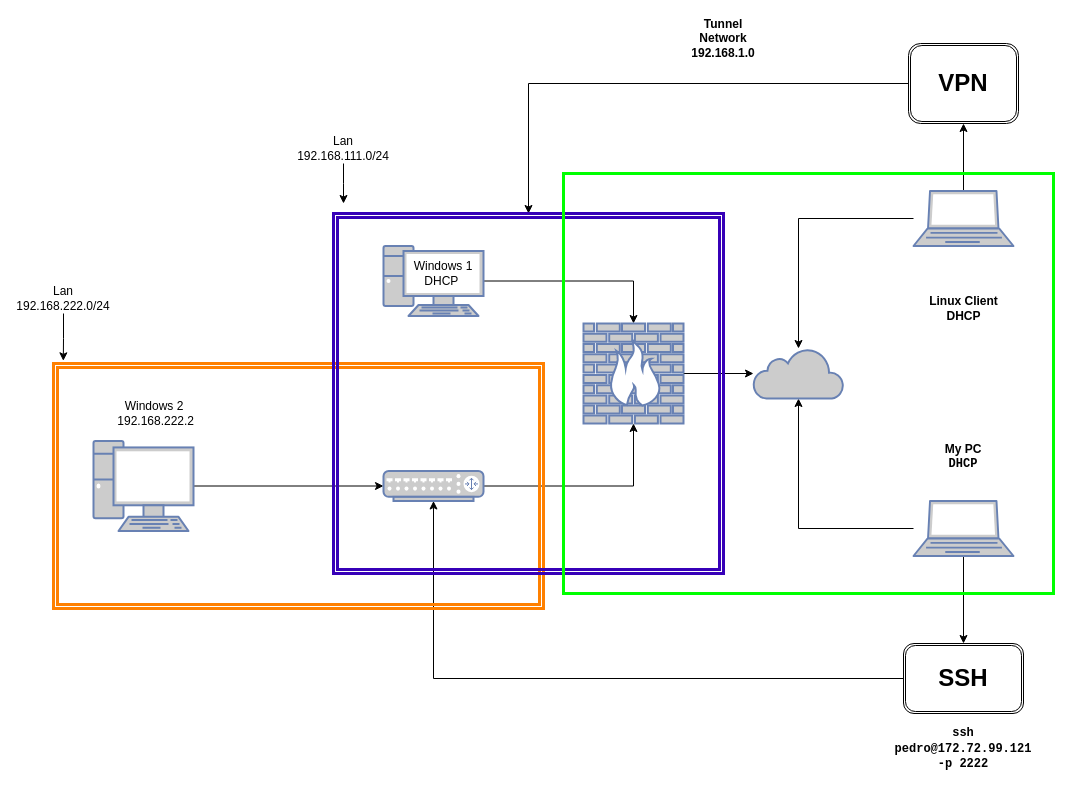
Before: Copy of network.drawio in ppvnf/diagramnetworklab2, a draw.io diagram. Source tidied: cells renumbered, new cells numbered last; positions are measured from the earlier drawing's top-left corner, leaving out a move shared by most shapes. Both pictures are drawn from the tidied source at 100%, with x=0, y=0 at pixel (33, 23).
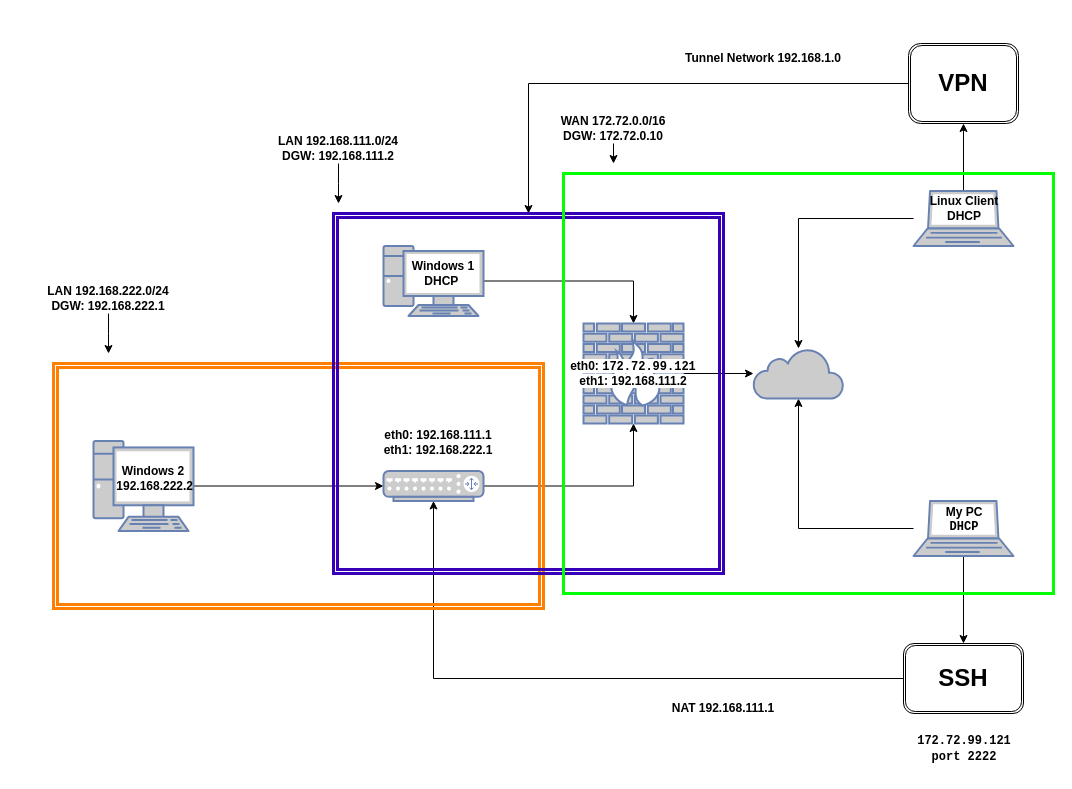
After the change.

The change refers to these unchanged cells:
```xml
<mxCell id="21" style="shape=ext;double=1;rounded=0;whiteSpace=wrap;html=1;fillColor=none;strokeColor=#FF8000;strokeWidth=3;" parent="1" vertex="1">
  <mxGeometry x="20" y="340" width="490" height="245" as="geometry" />
</mxCell>
```

What changed in the source:
```diff
@@
     <mxCell id="24" value="My PC&lt;div&gt;&lt;span style=&quot;font-family:monospace&quot;&gt;&lt;span style=&quot;background-color: rgb(255, 255, 255);&quot;&gt;DHCP&lt;/span&gt;&lt;/span&gt;&lt;/div&gt;" style="text;html=1;align=center;verticalAlign=middle;whiteSpace=wrap;rounded=0;fontStyle=1;" parent="1" vertex="1">
-      <mxGeometry x="880" y="417.5" width="100" height="30" as="geometry" />
+      <mxGeometry x="890.5" y="485" width="80" height="22.5" as="geometry" />
     </mxCell>
     <mxCell id="25" value="&lt;b&gt;Linux Client&lt;/b&gt;&lt;div&gt;&lt;b&gt;DHCP&lt;/b&gt;&lt;/div&gt;" style="text;html=1;align=center;verticalAlign=middle;whiteSpace=wrap;rounded=0;" parent="1" vertex="1">
-      <mxGeometry x="890.5" y="270" width="79" height="30" as="geometry" />
+      <mxGeometry x="890.5" y="170" width="79.5" height="30" as="geometry" />
     </mxCell>
-    <mxCell id="26" value="Windows 2&lt;div&gt;&amp;nbsp;192.168.222.2&lt;/div&gt;" style="text;html=1;align=center;verticalAlign=middle;whiteSpace=wrap;rounded=0;" parent="1" vertex="1">
-      <mxGeometry x="81" y="375" width="80" height="30" as="geometry" />
+    <mxCell id="26" value="&lt;b&gt;Windows 2&lt;/b&gt;&lt;div&gt;&lt;b&gt;&amp;nbsp;192.168.222.2&lt;/b&gt;&lt;/div&gt;" style="text;html=1;align=center;verticalAlign=middle;whiteSpace=wrap;rounded=0;" parent="1" vertex="1">
+      <mxGeometry x="80" y="440" width="80" height="30" as="geometry" />
     </mxCell>
-    <mxCell id="27" value="Windows 1 DHCP&amp;nbsp;" style="text;html=1;align=center;verticalAlign=middle;whiteSpace=wrap;rounded=0;" parent="1" vertex="1">
+    <mxCell id="27" value="&lt;b&gt;Windows 1 DHCP&amp;nbsp;&lt;/b&gt;" style="text;html=1;align=center;verticalAlign=middle;whiteSpace=wrap;rounded=0;" parent="1" vertex="1">
       <mxGeometry x="370" y="240" width="80" height="20" as="geometry" />
     </mxCell>
+    <mxCell id="34" style="edgeStyle=orthogonalEdgeStyle;rounded=0;jettySize=auto;html=1;" parent="1" edge="1" source="28">
+      <mxGeometry relative="1" as="geometry">
+        <mxPoint x="75" y="330" as="targetPoint" />
+      </mxGeometry>
+    </mxCell>
-    <mxCell id="28" value="Lan 192.168.222.0/24" style="text;html=1;align=center;verticalAlign=middle;whiteSpace=wrap;rounded=0;" parent="1" vertex="1">
-      <mxGeometry y="260" width="60" height="30" as="geometry" />
+    <mxCell id="28" value="&lt;b&gt;LAN 192.168.222.0/24&lt;/b&gt;&lt;div&gt;&lt;b&gt;DGW:&amp;nbsp;&lt;/b&gt;&lt;b style=&quot;background-color: initial;&quot;&gt;192.168.222.1&lt;/b&gt;&lt;/div&gt;" style="text;html=1;align=center;verticalAlign=middle;whiteSpace=wrap;rounded=0;" parent="1" vertex="1">
+      <mxGeometry y="260" width="150" height="30" as="geometry" />
     </mxCell>
-    <mxCell id="29" style="edgeStyle=orthogonalEdgeStyle;rounded=0;jettySize=auto;html=1;entryX=0.02;entryY=-0.011;entryDx=0;entryDy=0;entryPerimeter=0;" parent="1" edge="1" source="28" target="21">
-      <mxGeometry relative="1" as="geometry" />
-    </mxCell>
-    <mxCell id="30" style="edgeStyle=orthogonalEdgeStyle;rounded=0;jettySize=auto;html=1;" parent="1" edge="1" source="31">
-      <mxGeometry relative="1" as="geometry">
-        <mxPoint x="310" y="180" as="targetPoint" />
-      </mxGeometry>
-    </mxCell>
+    <mxCell id="35" style="edgeStyle=orthogonalEdgeStyle;rounded=0;jettySize=auto;html=1;" parent="1" edge="1" source="31">
+      <mxGeometry relative="1" as="geometry">
+        <mxPoint x="305" y="180" as="targetPoint" />
+      </mxGeometry>
+    </mxCell>
-    <mxCell id="31" value="Lan 192.168.111.0/24" style="text;html=1;align=center;verticalAlign=middle;whiteSpace=wrap;rounded=0;" parent="1" vertex="1">
-      <mxGeometry x="280" y="110" width="60" height="30" as="geometry" />
+    <mxCell id="31" value="&lt;b&gt;LAN 192.168.111.0/24&lt;/b&gt;&lt;div&gt;&lt;b&gt;DGW: 192.168.111.2&lt;/b&gt;&lt;/div&gt;" style="text;html=1;align=center;verticalAlign=middle;whiteSpace=wrap;rounded=0;" parent="1" vertex="1">
+      <mxGeometry x="220" y="110" width="170" height="30" as="geometry" />
     </mxCell>
-    <mxCell id="32" value="&lt;span style=&quot;font-family: monospace; font-weight: 700; background-color: rgb(255, 255, 255);&quot;&gt;ssh pedro@172.72.99.121 -p 2222&lt;/span&gt;" style="text;html=1;align=center;verticalAlign=middle;whiteSpace=wrap;rounded=0;" parent="1" vertex="1">
-      <mxGeometry x="900" y="710" width="60" height="30" as="geometry" />
+    <mxCell id="32" value="&lt;span style=&quot;font-family: monospace; font-weight: 700; background-color: rgb(255, 255, 255);&quot;&gt;172.72.99.121 port 2222&lt;/span&gt;" style="text;html=1;align=center;verticalAlign=middle;whiteSpace=wrap;rounded=0;" parent="1" vertex="1">
+      <mxGeometry x="895.5" y="710" width="70" height="30" as="geometry" />
     </mxCell>
     <mxCell id="33" value="&lt;div&gt;&lt;b style=&quot;background-color: initial;&quot;&gt;Tunnel Network 192.168.1.0&lt;/b&gt;&lt;/div&gt;" style="text;html=1;align=center;verticalAlign=middle;whiteSpace=wrap;rounded=0;" parent="1" vertex="1">
-      <mxGeometry x="660" width="60" height="30" as="geometry" />
+      <mxGeometry x="650" y="20" width="160" height="30" as="geometry" />
     </mxCell>
+    <mxCell id="36" value="&lt;b&gt;NAT 192.168.111.1&lt;/b&gt;" style="text;html=1;align=center;verticalAlign=middle;whiteSpace=wrap;rounded=0;" parent="1" vertex="1">
+      <mxGeometry x="635" y="670" width="110" height="30" as="geometry" />
+    </mxCell>
+    <mxCell id="37" value="&lt;b&gt;eth0: 192.168.111.1&lt;/b&gt;&lt;div&gt;&lt;b&gt;eth1: 192.168.222.1&lt;/b&gt;&lt;/div&gt;" style="text;html=1;align=center;verticalAlign=middle;whiteSpace=wrap;rounded=0;" parent="1" vertex="1">
+      <mxGeometry x="340" y="390" width="130" height="58" as="geometry" />
+    </mxCell>
+    <mxCell id="38" value="&lt;font style=&quot;background-color: rgb(255, 255, 255);&quot;&gt;&lt;b style=&quot;&quot;&gt;eth0:&amp;nbsp;&lt;/b&gt;&lt;span style=&quot;font-family: monospace; font-weight: 700;&quot;&gt;172.72.99.121&lt;/span&gt;&lt;/font&gt;&lt;div&gt;&lt;b style=&quot;&quot;&gt;&lt;font style=&quot;background-color: rgb(255, 255, 255);&quot;&gt;eth1: 192.168.111.2&lt;/font&gt;&lt;/b&gt;&lt;/div&gt;" style="text;html=1;align=center;verticalAlign=middle;whiteSpace=wrap;rounded=0;" parent="1" vertex="1">
+      <mxGeometry x="510" y="310" width="180" height="80" as="geometry" />
+    </mxCell>
+    <mxCell id="39" style="edgeStyle=orthogonalEdgeStyle;rounded=0;jettySize=auto;html=1;" parent="1" edge="1" source="40">
+      <mxGeometry relative="1" as="geometry">
+        <mxPoint x="580" y="140" as="targetPoint" />
+      </mxGeometry>
+    </mxCell>
+    <mxCell id="40" value="&lt;b&gt;WAN&amp;nbsp;172.72.0.0/16&lt;/b&gt;&lt;div&gt;&lt;b&gt;DGW:&amp;nbsp;172.72.0.10&lt;/b&gt;&lt;/div&gt;" style="text;html=1;align=center;verticalAlign=middle;whiteSpace=wrap;rounded=0;" parent="1" vertex="1">
+      <mxGeometry x="550" y="90" width="60" height="30" as="geometry" />
+    </mxCell>
```
